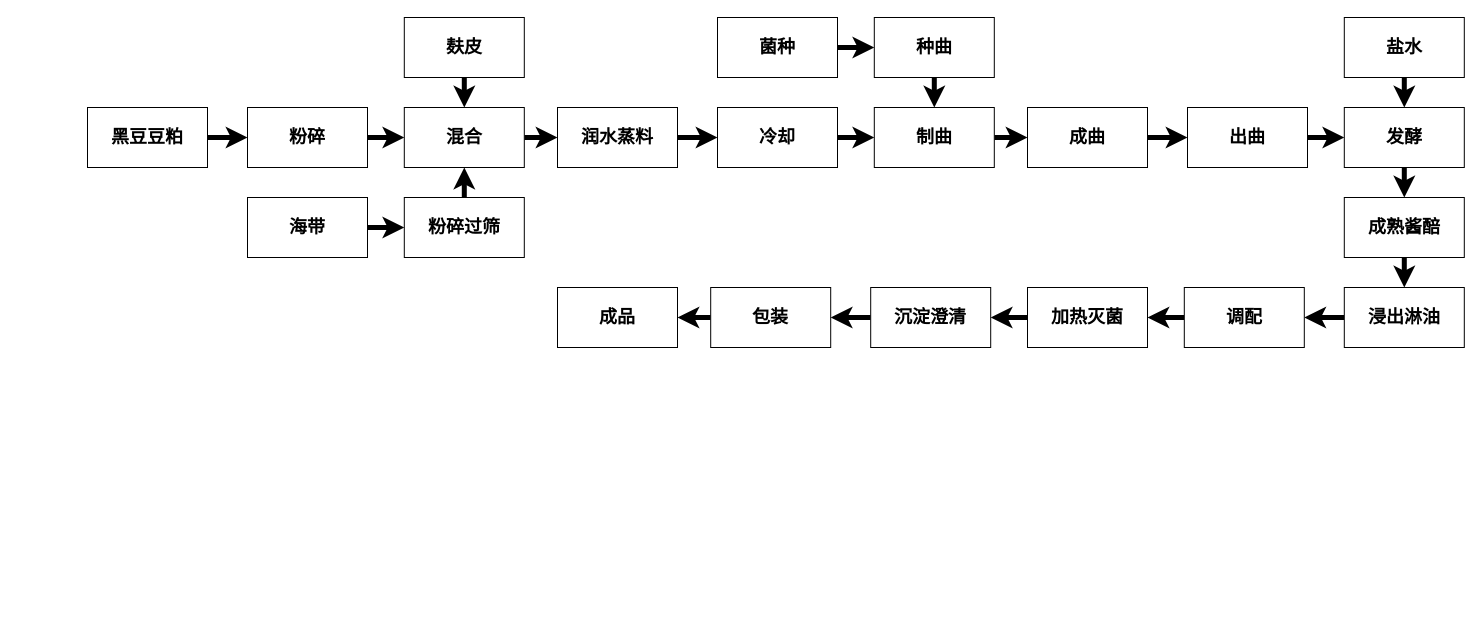
YipengZou/FTE4560Homework keeps this draw.io diagram as Untitled Diagram.drawio. Above is the earlier version. Source tidied: cells renumbered, new cells numbered last; positions are measured from the earlier drawing's top-left corner, leaving out a move shared by most shapes. Both pictures are drawn from the tidied source at 100%, with x=0, y=0 at pixel (87, 17).
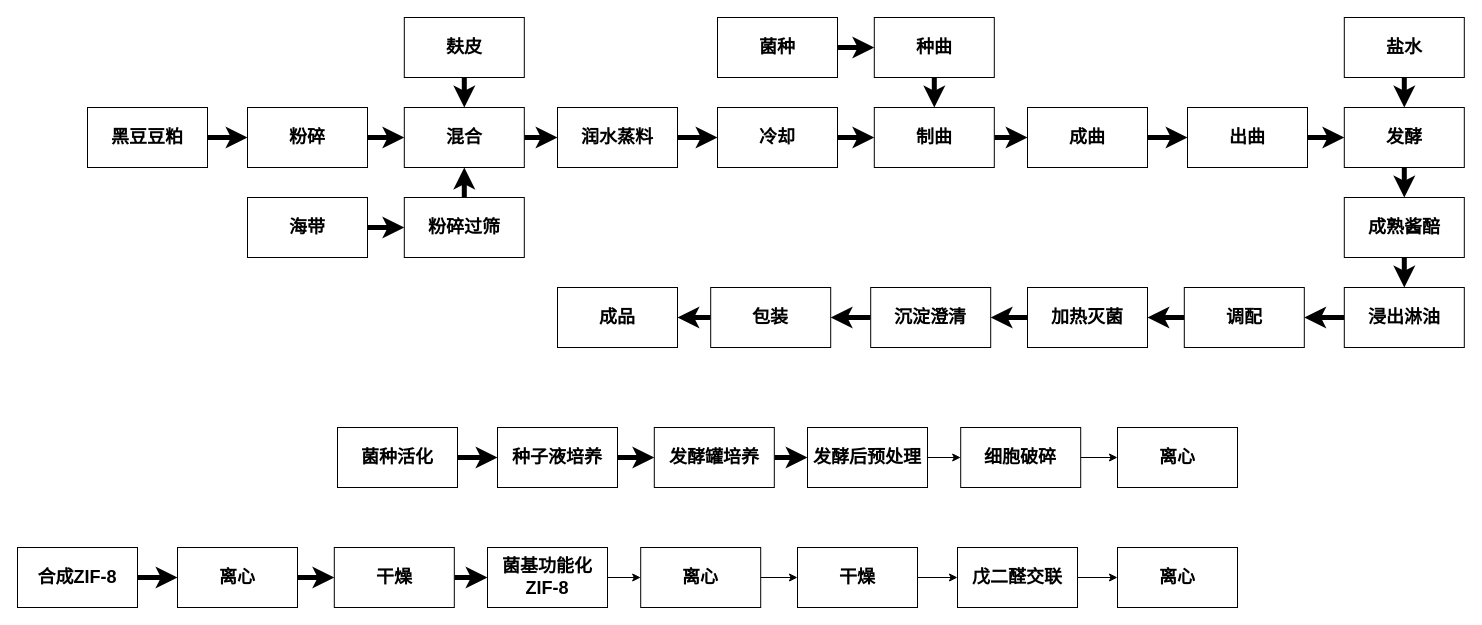
The same diagram, later.

Change to the diagram source:
```diff
@@
+    <mxCell id="45" style="edgeStyle=orthogonalEdgeStyle;rounded=0;jettySize=auto;html=1;strokeWidth=5;" parent="1" edge="1" source="46" target="48">
+      <mxGeometry relative="1" as="geometry" />
+    </mxCell>
+    <mxCell id="46" value="&lt;font face=&quot;Noto Serif Simplified Chinese&quot;&gt;&lt;span style=&quot;font-size: 18px;&quot;&gt;&lt;b&gt;菌种活化&lt;/b&gt;&lt;/span&gt;&lt;/font&gt;" style="rounded=0;whiteSpace=wrap;html=1;" parent="1" vertex="1">
+      <mxGeometry x="250" y="410" width="120" height="60" as="geometry" />
+    </mxCell>
+    <mxCell id="47" style="edgeStyle=orthogonalEdgeStyle;rounded=0;jettySize=auto;html=1;strokeWidth=5;" parent="1" edge="1" source="48" target="50">
+      <mxGeometry relative="1" as="geometry" />
+    </mxCell>
+    <mxCell id="48" value="&lt;font face=&quot;Noto Serif Simplified Chinese&quot;&gt;&lt;span style=&quot;font-size: 18px;&quot;&gt;&lt;b&gt;种子液培养&lt;/b&gt;&lt;/span&gt;&lt;/font&gt;" style="rounded=0;whiteSpace=wrap;html=1;" parent="1" vertex="1">
+      <mxGeometry x="410" y="410" width="120" height="60" as="geometry" />
+    </mxCell>
+    <mxCell id="49" style="edgeStyle=orthogonalEdgeStyle;rounded=0;jettySize=auto;html=1;strokeWidth=5;" parent="1" edge="1" source="50" target="52">
+      <mxGeometry relative="1" as="geometry" />
+    </mxCell>
+    <mxCell id="50" value="&lt;font face=&quot;Noto Serif Simplified Chinese&quot;&gt;&lt;span style=&quot;font-size: 18px;&quot;&gt;&lt;b&gt;发酵罐培养&lt;/b&gt;&lt;/span&gt;&lt;/font&gt;" style="rounded=0;whiteSpace=wrap;html=1;" parent="1" vertex="1">
+      <mxGeometry x="566.8" y="410" width="120" height="60" as="geometry" />
+    </mxCell>
+    <mxCell id="51" style="edgeStyle=orthogonalEdgeStyle;rounded=0;jettySize=auto;html=1;" parent="1" edge="1" source="52" target="54">
+      <mxGeometry relative="1" as="geometry" />
+    </mxCell>
+    <mxCell id="52" value="&lt;font face=&quot;Noto Serif Simplified Chinese&quot;&gt;&lt;span style=&quot;font-size: 18px;&quot;&gt;&lt;b&gt;发酵后预处理&lt;/b&gt;&lt;/span&gt;&lt;/font&gt;" style="rounded=0;whiteSpace=wrap;html=1;" parent="1" vertex="1">
+      <mxGeometry x="720" y="410" width="120" height="60" as="geometry" />
+    </mxCell>
+    <mxCell id="53" style="edgeStyle=orthogonalEdgeStyle;rounded=0;jettySize=auto;html=1;" parent="1" edge="1" source="54" target="55">
+      <mxGeometry relative="1" as="geometry" />
+    </mxCell>
+    <mxCell id="54" value="&lt;font face=&quot;Noto Serif Simplified Chinese&quot;&gt;&lt;span style=&quot;font-size: 18px;&quot;&gt;&lt;b&gt;细胞破碎&lt;br&gt;&lt;/b&gt;&lt;/span&gt;&lt;/font&gt;" style="rounded=0;whiteSpace=wrap;html=1;" parent="1" vertex="1">
+      <mxGeometry x="873.2" y="410" width="120" height="60" as="geometry" />
+    </mxCell>
+    <mxCell id="55" value="&lt;font face=&quot;Noto Serif Simplified Chinese&quot;&gt;&lt;span style=&quot;font-size: 18px;&quot;&gt;&lt;b&gt;离心&lt;br&gt;&lt;/b&gt;&lt;/span&gt;&lt;/font&gt;" style="rounded=0;whiteSpace=wrap;html=1;" parent="1" vertex="1">
+      <mxGeometry x="1030" y="410" width="120" height="60" as="geometry" />
+    </mxCell>
+    <mxCell id="56" style="edgeStyle=orthogonalEdgeStyle;rounded=0;jettySize=auto;html=1;strokeWidth=5;" parent="1" edge="1" source="57" target="59">
+      <mxGeometry relative="1" as="geometry" />
+    </mxCell>
+    <mxCell id="57" value="&lt;font face=&quot;Noto Serif Simplified Chinese&quot;&gt;&lt;span style=&quot;font-size: 18px;&quot;&gt;&lt;b&gt;合成ZIF-8&lt;/b&gt;&lt;/span&gt;&lt;/font&gt;" style="rounded=0;whiteSpace=wrap;html=1;" parent="1" vertex="1">
+      <mxGeometry x="-70" y="530" width="120" height="60" as="geometry" />
+    </mxCell>
+    <mxCell id="58" style="edgeStyle=orthogonalEdgeStyle;rounded=0;jettySize=auto;html=1;strokeWidth=5;" parent="1" edge="1" source="59" target="61">
+      <mxGeometry relative="1" as="geometry" />
+    </mxCell>
+    <mxCell id="59" value="&lt;font face=&quot;Noto Serif Simplified Chinese&quot;&gt;&lt;span style=&quot;font-size: 18px;&quot;&gt;&lt;b&gt;离心&lt;/b&gt;&lt;/span&gt;&lt;/font&gt;" style="rounded=0;whiteSpace=wrap;html=1;" parent="1" vertex="1">
+      <mxGeometry x="90" y="530" width="120" height="60" as="geometry" />
+    </mxCell>
+    <mxCell id="60" style="edgeStyle=orthogonalEdgeStyle;rounded=0;jettySize=auto;html=1;strokeWidth=5;" parent="1" edge="1" source="61" target="63">
+      <mxGeometry relative="1" as="geometry" />
+    </mxCell>
+    <mxCell id="61" value="&lt;font face=&quot;Noto Serif Simplified Chinese&quot;&gt;&lt;span style=&quot;font-size: 18px;&quot;&gt;&lt;b&gt;干燥&lt;/b&gt;&lt;/span&gt;&lt;/font&gt;" style="rounded=0;whiteSpace=wrap;html=1;" parent="1" vertex="1">
+      <mxGeometry x="246.8" y="530" width="120" height="60" as="geometry" />
+    </mxCell>
+    <mxCell id="62" style="edgeStyle=orthogonalEdgeStyle;rounded=0;jettySize=auto;html=1;" parent="1" edge="1" source="63" target="65">
+      <mxGeometry relative="1" as="geometry" />
+    </mxCell>
+    <mxCell id="63" value="&lt;font face=&quot;Noto Serif Simplified Chinese&quot;&gt;&lt;span style=&quot;font-size: 18px;&quot;&gt;&lt;b&gt;菌基功能化ZIF-8&lt;/b&gt;&lt;/span&gt;&lt;/font&gt;" style="rounded=0;whiteSpace=wrap;html=1;" parent="1" vertex="1">
+      <mxGeometry x="400" y="530" width="120" height="60" as="geometry" />
+    </mxCell>
+    <mxCell id="64" style="edgeStyle=orthogonalEdgeStyle;rounded=0;jettySize=auto;html=1;" parent="1" edge="1" source="65" target="67">
+      <mxGeometry relative="1" as="geometry" />
+    </mxCell>
+    <mxCell id="65" value="&lt;font face=&quot;Noto Serif Simplified Chinese&quot;&gt;&lt;span style=&quot;font-size: 18px;&quot;&gt;&lt;b&gt;离心&lt;br&gt;&lt;/b&gt;&lt;/span&gt;&lt;/font&gt;" style="rounded=0;whiteSpace=wrap;html=1;" parent="1" vertex="1">
+      <mxGeometry x="553.2" y="530" width="120" height="60" as="geometry" />
+    </mxCell>
+    <mxCell id="66" style="edgeStyle=orthogonalEdgeStyle;rounded=0;jettySize=auto;html=1;" parent="1" edge="1" source="67" target="69">
+      <mxGeometry relative="1" as="geometry" />
+    </mxCell>
+    <mxCell id="67" value="&lt;font face=&quot;Noto Serif Simplified Chinese&quot;&gt;&lt;span style=&quot;font-size: 18px;&quot;&gt;&lt;b&gt;干燥&lt;br&gt;&lt;/b&gt;&lt;/span&gt;&lt;/font&gt;" style="rounded=0;whiteSpace=wrap;html=1;" parent="1" vertex="1">
+      <mxGeometry x="710" y="530" width="120" height="60" as="geometry" />
+    </mxCell>
+    <mxCell id="68" style="edgeStyle=orthogonalEdgeStyle;rounded=0;jettySize=auto;html=1;" parent="1" edge="1" source="69" target="70">
+      <mxGeometry relative="1" as="geometry" />
+    </mxCell>
+    <mxCell id="69" value="&lt;font face=&quot;Noto Serif Simplified Chinese&quot;&gt;&lt;span style=&quot;font-size: 18px;&quot;&gt;&lt;b&gt;戊二醛交联&lt;br&gt;&lt;/b&gt;&lt;/span&gt;&lt;/font&gt;" style="rounded=0;whiteSpace=wrap;html=1;" parent="1" vertex="1">
+      <mxGeometry x="870" y="530" width="120" height="60" as="geometry" />
+    </mxCell>
+    <mxCell id="70" value="&lt;font face=&quot;Noto Serif Simplified Chinese&quot;&gt;&lt;span style=&quot;font-size: 18px;&quot;&gt;&lt;b&gt;离心&lt;br&gt;&lt;/b&gt;&lt;/span&gt;&lt;/font&gt;" style="rounded=0;whiteSpace=wrap;html=1;" parent="1" vertex="1">
+      <mxGeometry x="1030" y="530" width="120" height="60" as="geometry" />
+    </mxCell>
```
